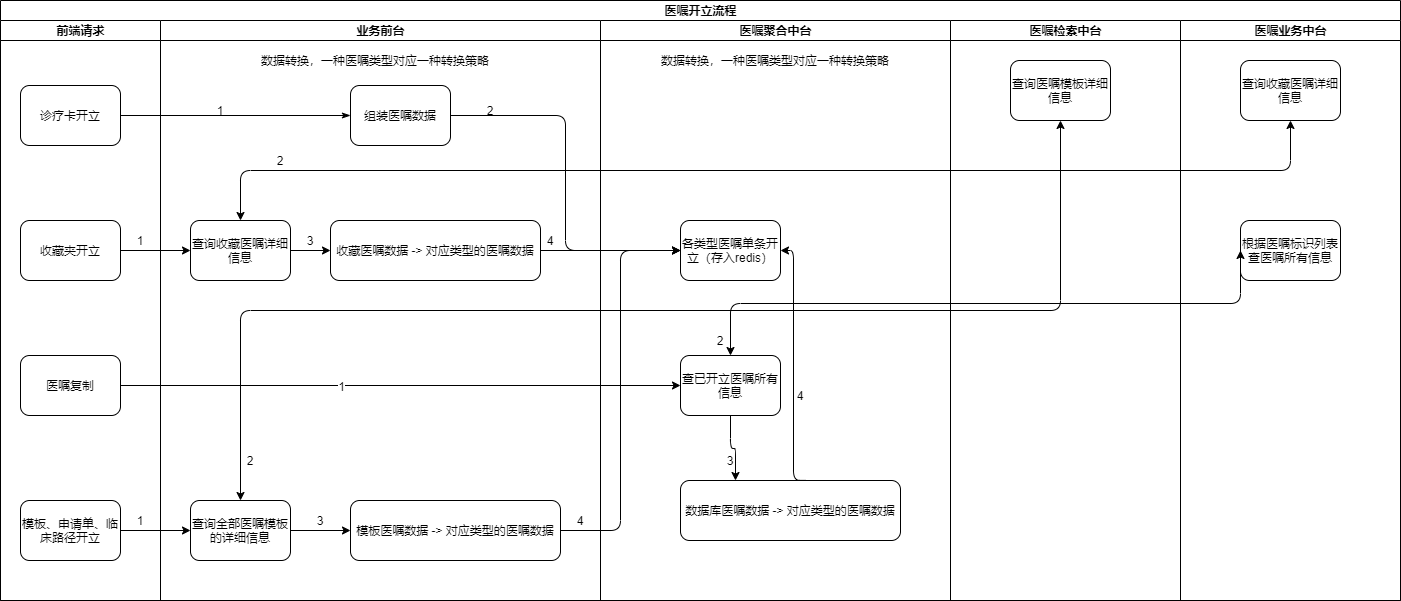
This is 医嘱开立流程.png from qkf5811/workspace, a draw.io export, as it was before one commit. Source tidied: cells renumbered, new cells last; positions are measured from the earlier drawing's top-left corner, leaving out a move shared by most shapes.
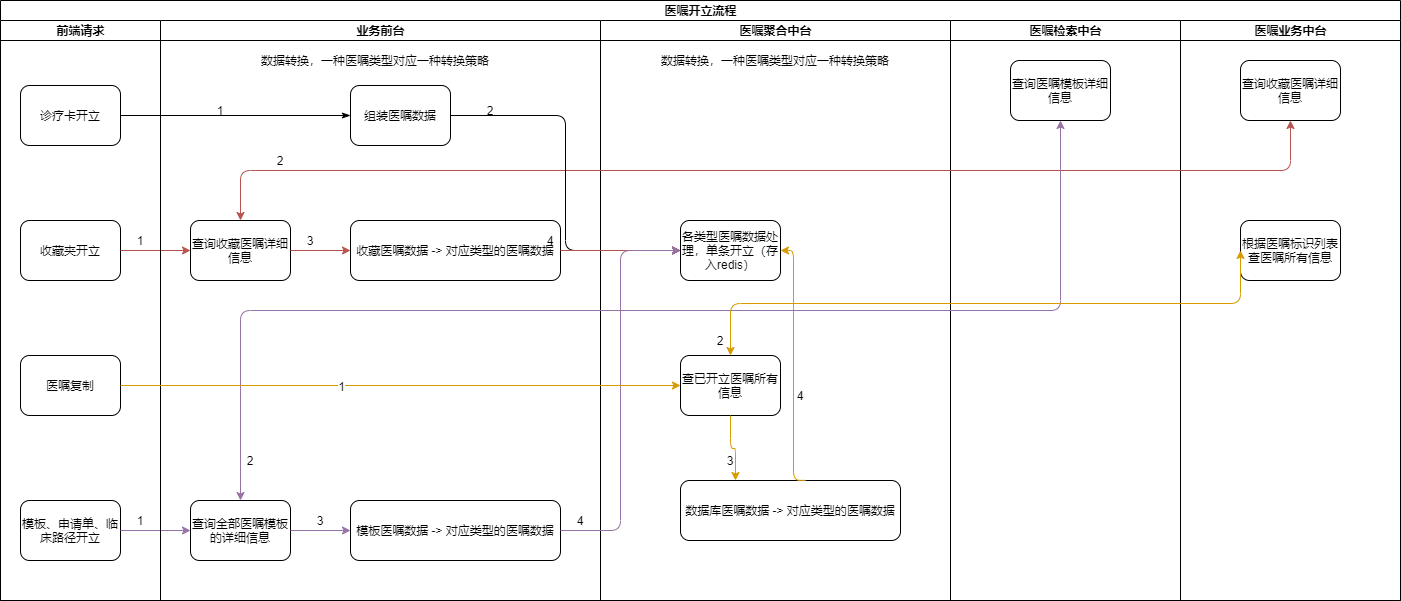
The same diagram one commit later.

Commit message:
Update 医嘱开立流程.png

Change to the diagram source:
```diff
@@ -29,10 +29,10 @@
     <mxCell id="10" style="rounded=1;html=1;labelBackgroundColor=none;startArrow=none;startFill=0;startSize=6;endArrow=classicThin;endFill=1;endSize=6;jettySize=auto;strokeWidth=1;fontFamily=Verdana;fontSize=8;" parent="2" edge="1" source="4" target="14">
       <mxGeometry relative="1" as="geometry" />
     </mxCell>
-    <mxCell id="11" style="endArrow=classic;html=1;exitX=1;exitY=0.5;exitDx=0;exitDy=0;" parent="2" edge="1" source="7" target="17">
+    <mxCell id="11" style="endArrow=classic;html=1;exitX=1;exitY=0.5;exitDx=0;exitDy=0;fillColor=#e1d5e7;strokeColor=#9673a6;" parent="2" edge="1" source="7" target="17">
       <mxGeometry relative="1" as="geometry" />
     </mxCell>
-    <mxCell id="12" style="endArrow=classic;html=1;exitX=1;exitY=0.5;exitDx=0;exitDy=0;entryX=0;entryY=0.5;entryDx=0;entryDy=0;" parent="2" edge="1" source="5" target="15">
+    <mxCell id="12" style="endArrow=classic;html=1;exitX=1;exitY=0.5;exitDx=0;exitDy=0;entryX=0;entryY=0.5;entryDx=0;entryDy=0;fillColor=#f8cecc;strokeColor=#b85450;" parent="2" edge="1" source="5" target="15">
       <mxGeometry relative="1" as="geometry" />
     </mxCell>
     <mxCell id="13" value="业务前台" style="swimlane;html=1;startSize=20;fontSize=12;" parent="2" vertex="1">
@@ -45,7 +45,7 @@
       <mxGeometry x="30" y="200" width="100" height="60" as="geometry" />
     </mxCell>
     <mxCell id="16" value="&lt;font style=&quot;font-size: 8px&quot;&gt;收藏医嘱数据 -&amp;gt; 对应类型的医嘱数据&lt;/font&gt;" style="rounded=1;whiteSpace=wrap;html=1;fontSize=11;" parent="13" vertex="1">
-      <mxGeometry x="170" y="200" width="210" height="60" as="geometry" />
+      <mxGeometry x="190" y="200" width="210" height="60" as="geometry" />
     </mxCell>
     <mxCell id="17" value="查询全部医嘱模板的详细信息" style="rounded=1;whiteSpace=wrap;html=1;" parent="13" vertex="1">
       <mxGeometry x="30" y="480" width="100" height="60" as="geometry" />
@@ -53,10 +53,10 @@
     <mxCell id="18" value="&lt;font style=&quot;font-size: 8px&quot;&gt;模板医嘱数据 -&amp;gt; 对应类型的医嘱数据&lt;/font&gt;" style="rounded=1;whiteSpace=wrap;html=1;fontSize=11;" parent="13" vertex="1">
       <mxGeometry x="190" y="480" width="210" height="60" as="geometry" />
     </mxCell>
-    <mxCell id="19" style="endArrow=classic;html=1;fontSize=12;exitX=1;exitY=0.5;exitDx=0;exitDy=0;entryX=0;entryY=0.5;entryDx=0;entryDy=0;" parent="13" edge="1" source="17" target="18">
+    <mxCell id="19" style="endArrow=classic;html=1;fontSize=12;exitX=1;exitY=0.5;exitDx=0;exitDy=0;entryX=0;entryY=0.5;entryDx=0;entryDy=0;fillColor=#e1d5e7;strokeColor=#9673a6;" parent="13" edge="1" source="17" target="18">
       <mxGeometry relative="1" as="geometry" />
     </mxCell>
-    <mxCell id="20" style="endArrow=classic;html=1;fontSize=12;exitX=1;exitY=0.5;exitDx=0;exitDy=0;entryX=0;entryY=0.5;entryDx=0;entryDy=0;" parent="13" edge="1" source="15" target="16">
+    <mxCell id="20" style="endArrow=classic;html=1;fontSize=12;exitX=1;exitY=0.5;exitDx=0;exitDy=0;entryX=0;entryY=0.5;entryDx=0;entryDy=0;fillColor=#f8cecc;strokeColor=#b85450;" parent="13" edge="1" source="15" target="16">
       <mxGeometry relative="1" as="geometry" />
     </mxCell>
     <mxCell id="21" value="数据转换，一种医嘱类型对应一种转换策略" style="text;html=1;strokeColor=none;fillColor=none;align=center;verticalAlign=middle;whiteSpace=wrap;rounded=0;fontSize=12;" parent="13" vertex="1">
@@ -89,7 +89,7 @@
     <mxCell id="30" value="医嘱聚合中台" style="swimlane;html=1;startSize=20;" parent="2" vertex="1">
       <mxGeometry x="600" y="20" width="350" height="580" as="geometry" />
     </mxCell>
-    <mxCell id="31" value="各类型医嘱单条开立（存入redis）" style="rounded=1;whiteSpace=wrap;html=1;" parent="30" vertex="1">
+    <mxCell id="31" value="各类型医嘱数据处理，单条开立（存入redis）" style="rounded=1;whiteSpace=wrap;html=1;" parent="30" vertex="1">
       <mxGeometry x="80" y="200" width="100" height="60" as="geometry" />
     </mxCell>
     <mxCell id="32" value="查已开立医嘱所有信息" style="rounded=1;whiteSpace=wrap;html=1;" parent="30" vertex="1">
@@ -98,10 +98,10 @@
     <mxCell id="33" value="数据库医嘱数据 -&amp;gt; 对应类型的医嘱数据" style="rounded=1;whiteSpace=wrap;html=1;" parent="30" vertex="1">
       <mxGeometry x="80" y="460" width="220" height="60" as="geometry" />
     </mxCell>
-    <mxCell id="34" style="endArrow=classic;html=1;fontSize=12;exitX=0.5;exitY=1;exitDx=0;exitDy=0;entryX=0.25;entryY=0;entryDx=0;entryDy=0;edgeStyle=elbowEdgeStyle;elbow=vertical;" parent="30" edge="1" source="32" target="33">
+    <mxCell id="34" style="endArrow=classic;html=1;fontSize=12;exitX=0.5;exitY=1;exitDx=0;exitDy=0;entryX=0.25;entryY=0;entryDx=0;entryDy=0;edgeStyle=elbowEdgeStyle;elbow=vertical;fillColor=#ffe6cc;strokeColor=#d79b00;" parent="30" edge="1" source="32" target="33">
       <mxGeometry relative="1" as="geometry" />
     </mxCell>
-    <mxCell id="35" style="endArrow=classic;html=1;fontSize=12;exitX=0.569;exitY=-0.002;exitDx=0;exitDy=0;exitPerimeter=0;entryX=1;entryY=0.5;entryDx=0;entryDy=0;edgeStyle=elbowEdgeStyle;" parent="30" edge="1" source="33" target="31">
+    <mxCell id="35" style="endArrow=classic;html=1;fontSize=12;exitX=0.569;exitY=-0.002;exitDx=0;exitDy=0;exitPerimeter=0;entryX=1;entryY=0.5;entryDx=0;entryDy=0;edgeStyle=elbowEdgeStyle;fillColor=#ffe6cc;strokeColor=#d79b00;" parent="30" edge="1" source="33" target="31">
       <mxGeometry relative="1" as="geometry" />
     </mxCell>
     <mxCell id="36" value="2" style="text;html=1;strokeColor=none;fillColor=none;align=center;verticalAlign=middle;whiteSpace=wrap;rounded=0;fontSize=12;" parent="30" vertex="1">
@@ -131,10 +131,10 @@
     <mxCell id="44" value="根据医嘱标识列表查医嘱所有信息" style="rounded=1;whiteSpace=wrap;html=1;" parent="42" vertex="1">
       <mxGeometry x="60" y="200" width="100" height="60" as="geometry" />
     </mxCell>
-    <mxCell id="45" style="endArrow=classic;startArrow=classic;html=1;fontSize=12;exitX=0.5;exitY=0;exitDx=0;exitDy=0;entryX=0.5;entryY=1;entryDx=0;entryDy=0;edgeStyle=elbowEdgeStyle;elbow=vertical;" parent="2" edge="1" source="15" target="43">
+    <mxCell id="45" style="endArrow=classic;startArrow=classic;html=1;fontSize=12;exitX=0.5;exitY=0;exitDx=0;exitDy=0;entryX=0.5;entryY=1;entryDx=0;entryDy=0;edgeStyle=elbowEdgeStyle;elbow=vertical;fillColor=#f8cecc;strokeColor=#b85450;" parent="2" edge="1" source="15" target="43">
       <mxGeometry relative="1" as="geometry" />
     </mxCell>
-    <mxCell id="46" style="endArrow=classic;startArrow=classic;html=1;fontSize=12;exitX=0.5;exitY=0;exitDx=0;exitDy=0;entryX=0.5;entryY=1;entryDx=0;entryDy=0;edgeStyle=elbowEdgeStyle;elbow=vertical;" parent="2" edge="1" source="17" target="41">
+    <mxCell id="46" style="endArrow=classic;startArrow=classic;html=1;fontSize=12;exitX=0.5;exitY=0;exitDx=0;exitDy=0;entryX=0.5;entryY=1;entryDx=0;entryDy=0;edgeStyle=elbowEdgeStyle;elbow=vertical;fillColor=#e1d5e7;strokeColor=#9673a6;" parent="2" edge="1" source="17" target="41">
       <mxGeometry relative="1" as="geometry" />
     </mxCell>
     <mxCell id="47" style="endArrow=classic;html=1;fontSize=12;entryX=0;entryY=0.5;entryDx=0;entryDy=0;edgeStyle=elbowEdgeStyle;" parent="2" edge="1" target="31">
@@ -142,13 +142,13 @@
         <mxPoint x="450" y="115" as="sourcePoint" />
       </mxGeometry>
     </mxCell>
-    <mxCell id="48" style="endArrow=classic;html=1;fontSize=12;exitX=1;exitY=0.5;exitDx=0;exitDy=0;entryX=0;entryY=0.5;entryDx=0;entryDy=0;" parent="2" edge="1" source="16" target="31">
+    <mxCell id="48" style="endArrow=classic;html=1;fontSize=12;exitX=1;exitY=0.5;exitDx=0;exitDy=0;entryX=0;entryY=0.5;entryDx=0;entryDy=0;fillColor=#f8cecc;strokeColor=#b85450;" parent="2" edge="1" source="16" target="31">
       <mxGeometry relative="1" as="geometry" />
     </mxCell>
-    <mxCell id="49" style="endArrow=classic;html=1;fontSize=12;exitX=1;exitY=0.5;exitDx=0;exitDy=0;entryX=0;entryY=0.5;entryDx=0;entryDy=0;edgeStyle=elbowEdgeStyle;" parent="2" edge="1" source="18" target="31">
+    <mxCell id="49" style="endArrow=classic;html=1;fontSize=12;exitX=1;exitY=0.5;exitDx=0;exitDy=0;entryX=0;entryY=0.5;entryDx=0;entryDy=0;edgeStyle=elbowEdgeStyle;fillColor=#e1d5e7;strokeColor=#9673a6;" parent="2" edge="1" source="18" target="31">
       <mxGeometry relative="1" as="geometry" />
     </mxCell>
-    <mxCell id="50" style="endArrow=classic;exitX=1;exitY=0.5;exitDx=0;exitDy=0;entryX=0;entryY=0.5;entryDx=0;entryDy=0;shadow=0;sketch=0;html=1;" parent="2" edge="1" source="6" target="32">
+    <mxCell id="50" style="endArrow=classic;exitX=1;exitY=0.5;exitDx=0;exitDy=0;entryX=0;entryY=0.5;entryDx=0;entryDy=0;shadow=0;sketch=0;html=1;fillColor=#ffe6cc;strokeColor=#d79b00;" parent="2" edge="1" source="6" target="32">
       <mxGeometry relative="1" as="geometry" />
     </mxCell>
     <mxCell id="51" value="1" style="edgeLabel;html=1;align=center;verticalAlign=middle;fontSize=12;" parent="50" vertex="1">
@@ -156,7 +156,7 @@
         <mxPoint x="18" y="3" as="offset" />
       </mxGeometry>
     </mxCell>
-    <mxCell id="52" style="endArrow=classic;startArrow=classic;html=1;fontSize=12;exitX=0.5;exitY=0;exitDx=0;exitDy=0;entryX=0;entryY=0.5;entryDx=0;entryDy=0;edgeStyle=elbowEdgeStyle;elbow=vertical;" parent="2" edge="1" source="32" target="44">
+    <mxCell id="52" style="endArrow=classic;startArrow=classic;html=1;fontSize=12;exitX=0.5;exitY=0;exitDx=0;exitDy=0;entryX=0;entryY=0.5;entryDx=0;entryDy=0;edgeStyle=elbowEdgeStyle;elbow=vertical;fillColor=#ffe6cc;strokeColor=#d79b00;" parent="2" edge="1" source="32" target="44">
       <mxGeometry relative="1" as="geometry" />
     </mxCell>
   </root>
```
